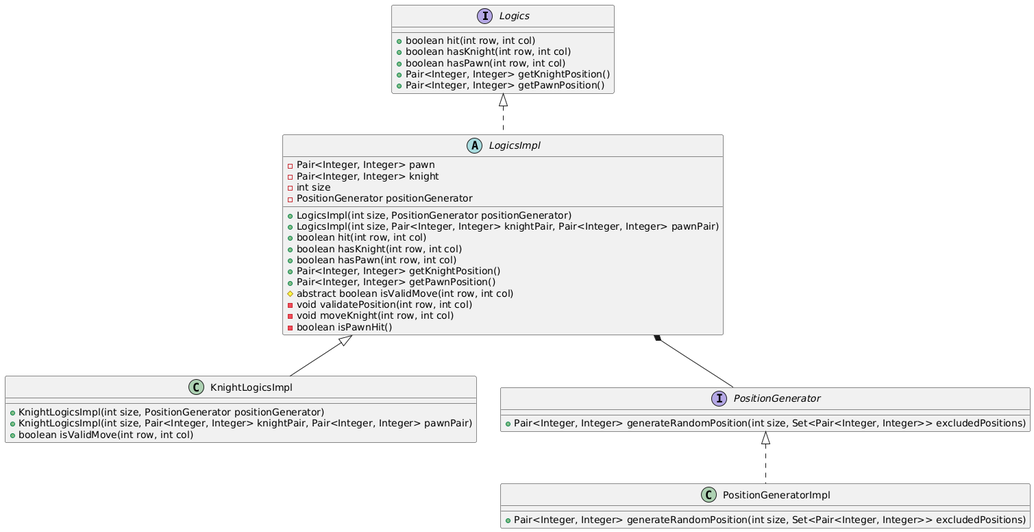
Earlier version of the PlantUML export src/main/java/e2/uml.png (schwein69/pps-lab01b).
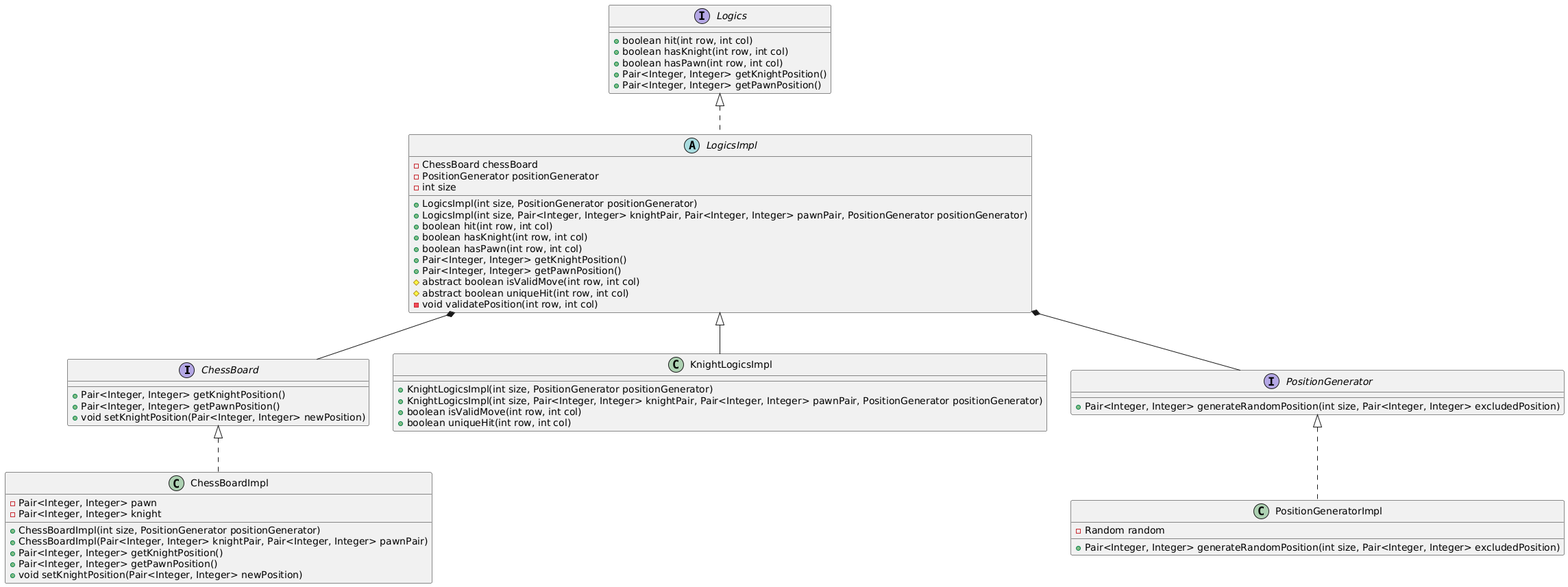
Above is the later version.

Commit message:
semplified logicImpl class

What changed in the source:
```diff
@@ -1,4 +1,20 @@
 @startuml
+interface ChessBoard {
+    +Pair<Integer, Integer> getKnightPosition()
+    +Pair<Integer, Integer> getPawnPosition()
+    +void setKnightPosition(Pair<Integer, Integer> newPosition)
+}
+
+class ChessBoardImpl {
+    -Pair<Integer, Integer> pawn
+    -Pair<Integer, Integer> knight
+    +ChessBoardImpl(int size, PositionGenerator positionGenerator)
+    +ChessBoardImpl(Pair<Integer, Integer> knightPair, Pair<Integer, Integer> pawnPair)
+    +Pair<Integer, Integer> getKnightPosition()
+    +Pair<Integer, Integer> getPawnPosition()
+    +void setKnightPosition(Pair<Integer, Integer> newPosition)
+}
+
 interface Logics {
     +boolean hit(int row, int col)
     +boolean hasKnight(int row, int col)
@@ -8,41 +24,43 @@
 }
 
 abstract class LogicsImpl {
-    -Pair<Integer, Integer> pawn
-    -Pair<Integer, Integer> knight
+    -ChessBoard chessBoard
+    -PositionGenerator positionGenerator
     -int size
-    -PositionGenerator positionGenerator
     +LogicsImpl(int size, PositionGenerator positionGenerator)
-    +LogicsImpl(int size, Pair<Integer, Integer> knightPair, Pair<Integer, Integer> pawnPair)
+    +LogicsImpl(int size, Pair<Integer, Integer> knightPair, Pair<Integer, Integer> pawnPair, PositionGenerator positionGenerator)
     +boolean hit(int row, int col)
     +boolean hasKnight(int row, int col)
     +boolean hasPawn(int row, int col)
     +Pair<Integer, Integer> getKnightPosition()
     +Pair<Integer, Integer> getPawnPosition()
     #abstract boolean isValidMove(int row, int col)
+    #abstract boolean uniqueHit(int row, int col)
     -void validatePosition(int row, int col)
-    -void moveKnight(int row, int col)
-    -boolean isPawnHit()
 }
 
 class KnightLogicsImpl {
     +KnightLogicsImpl(int size, PositionGenerator positionGenerator)
-    +KnightLogicsImpl(int size, Pair<Integer, Integer> knightPair, Pair<Integer, Integer> pawnPair)
+    +KnightLogicsImpl(int size, Pair<Integer, Integer> knightPair, Pair<Integer, Integer> pawnPair, PositionGenerator positionGenerator)
     +boolean isValidMove(int row, int col)
+    +boolean uniqueHit(int row, int col)
 }
 
 interface PositionGenerator {
-    +Pair<Integer, Integer> generateRandomPosition(int size, Set<Pair<Integer, Integer>> excludedPositions)
+    +Pair<Integer, Integer> generateRandomPosition(int size, Pair<Integer, Integer> excludedPosition)
 }
 
 class PositionGeneratorImpl {
-    +Pair<Integer, Integer> generateRandomPosition(int size, Set<Pair<Integer, Integer>> excludedPositions)
+    -Random random
+    +Pair<Integer, Integer> generateRandomPosition(int size, Pair<Integer, Integer> excludedPosition)
 }
 
 
 
+ChessBoard <|.. ChessBoardImpl
 Logics <|.. LogicsImpl
 LogicsImpl <|-- KnightLogicsImpl
+LogicsImpl *-- ChessBoard
 LogicsImpl *-- PositionGenerator
 PositionGenerator <|.. PositionGeneratorImpl
 @enduml
```
